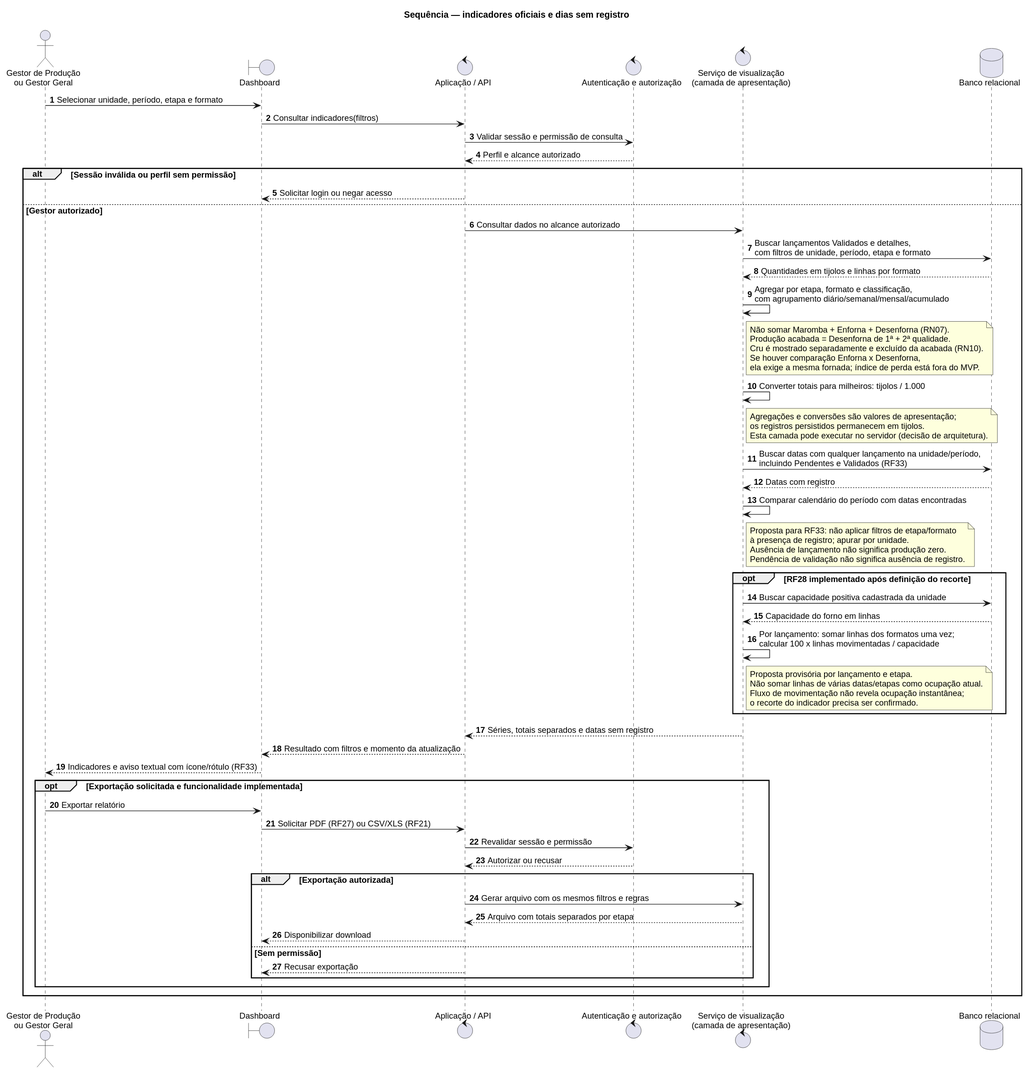
Above: docs/uml/svg/06_sequencia_consultar_indicadores.svg in emilynerys/Projeto-Cer-mica-SOCRE (PlantUML), before the change.
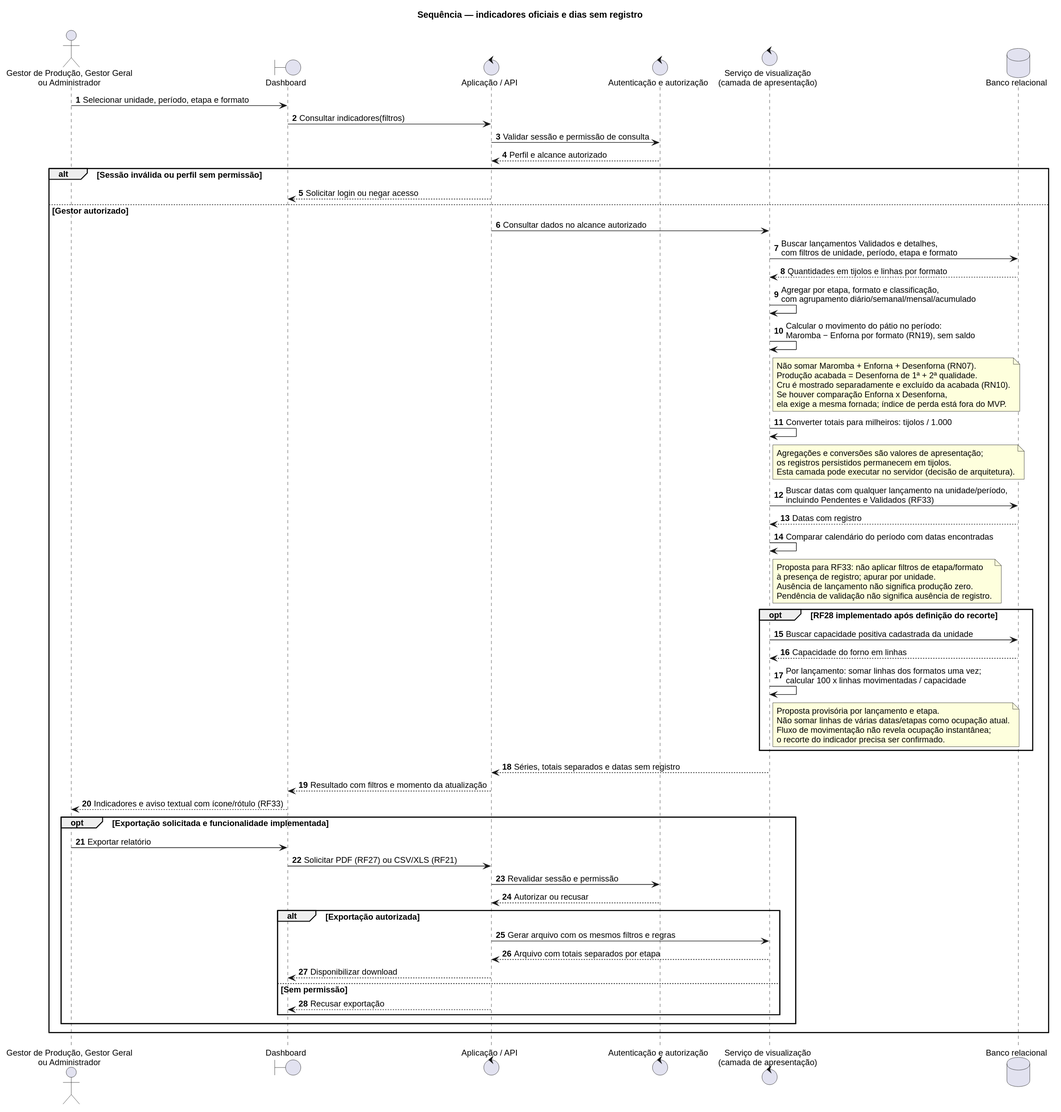
The same diagram one commit later.

Diff of the diagram source:
```diff
@@ -5,7 +5,7 @@
 autonumber
 title Sequência — indicadores oficiais e dias sem registro
 
-actor "Gestor de Produção\nou Gestor Geral" as Gestor
+actor "Gestor de Produção, Gestor Geral\nou Administrador" as Gestor
 boundary "Dashboard" as Tela
 control "Aplicação / API" as API
 control "Autenticação e autorização" as Acesso
@@ -23,6 +23,7 @@
   BI -> BD : Buscar lançamentos Validados e detalhes,\ncom filtros de unidade, período, etapa e formato
   BD --> BI : Quantidades em tijolos e linhas por formato
   BI -> BI : Agregar por etapa, formato e classificação,\ncom agrupamento diário/semanal/mensal/acumulado
+  BI -> BI : Calcular o movimento do pátio no período:\nMaromba − Enforna por formato (RN19), sem saldo
   note right of BI
     Não somar Maromba + Enforna + Desenforna (RN07).
     Produção acabada = Desenforna de 1ª + 2ª qualidade.
```
